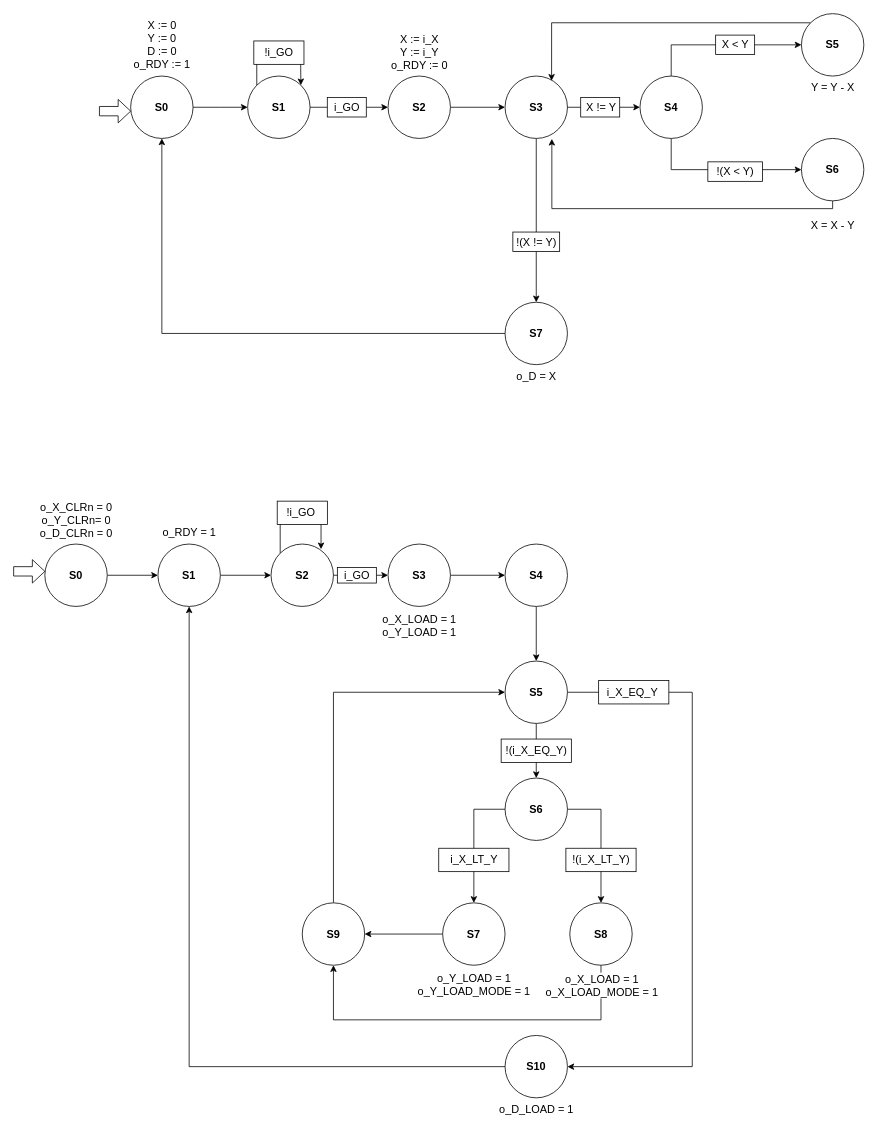
Before: Periodo 8/Projeto de Sistemas Digitais/5 - Trabalho 5 M3 28 11 2022/DiagramaDrawIO.drawio in GustavoHenriqueMuller/exercicios-univali, a draw.io diagram. Source tidied: cells renumbered, new cells numbered last; positions are measured from the earlier drawing's top-left corner, leaving out a move shared by most shapes. Both pictures are drawn from the tidied source at 78%, with x=0, y=0 at pixel (13, 13).
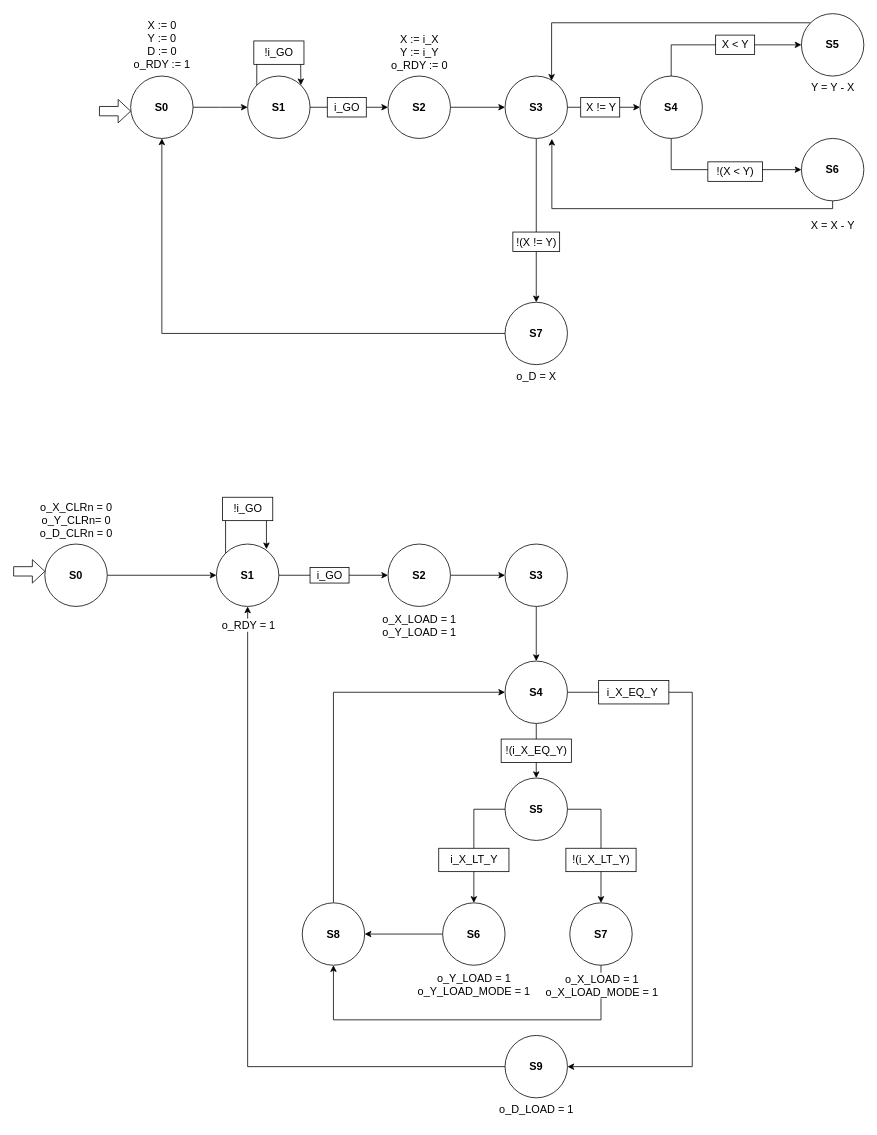
The same diagram, later.

Unchanged cells that the change refers to:
```xml
<mxCell id="61" value="&lt;span&gt;S0&lt;/span&gt;" style="ellipse;whiteSpace=wrap;html=1;fontSize=14;fontStyle=1;" parent="1" vertex="1">
  <mxGeometry x="40" y="680" width="80" height="80" as="geometry" />
</mxCell>
```

The edit, as a diff of the source:
```diff
@@
     <mxCell id="7" style="edgeStyle=orthogonalEdgeStyle;rounded=0;orthogonalLoop=1;jettySize=auto;html=1;exitX=0;exitY=0;exitDx=0;exitDy=0;entryX=0.801;entryY=0.083;entryDx=0;entryDy=0;entryPerimeter=0;fontSize=14;" parent="1" edge="1" source="37" target="37">
       <mxGeometry relative="1" as="geometry">
         <Array as="points">
-          <mxPoint x="342" y="640" />
-          <mxPoint x="394" y="640" />
+          <mxPoint x="272" y="640" />
+          <mxPoint x="324" y="640" />
         </Array>
       </mxGeometry>
     </mxCell>
     <mxCell id="8" style="rounded=0;whiteSpace=wrap;html=1;fontSize=14;" parent="1" vertex="1">
-      <mxGeometry x="337.9" y="625" width="64.3" height="30" as="geometry" />
+      <mxGeometry x="267.9" y="620" width="64.3" height="30" as="geometry" />
     </mxCell>
@@
-    <mxCell id="37" value="&lt;b&gt;S2&lt;/b&gt;" style="ellipse;whiteSpace=wrap;html=1;fontSize=14;" parent="1" vertex="1">
-      <mxGeometry x="330" y="680" width="80" height="80" as="geometry" />
+    <mxCell id="37" value="&lt;b&gt;S1&lt;/b&gt;" style="ellipse;whiteSpace=wrap;html=1;fontSize=14;" parent="1" vertex="1">
+      <mxGeometry x="260" y="680" width="80" height="80" as="geometry" />
     </mxCell>
     <mxCell id="38" value="!i_GO" style="text;html=1;align=center;verticalAlign=middle;strokeColor=none;fillColor=none;fontSize=14;" parent="1" vertex="1">
-      <mxGeometry x="337.9" y="625" width="60" height="30" as="geometry" />
+      <mxGeometry x="270" y="620" width="60" height="30" as="geometry" />
     </mxCell>
@@
-    <mxCell id="40" value="&lt;b&gt;S3&lt;/b&gt;" style="ellipse;whiteSpace=wrap;html=1;fontSize=14;" parent="1" vertex="1">
+    <mxCell id="40" value="&lt;b&gt;S2&lt;/b&gt;" style="ellipse;whiteSpace=wrap;html=1;fontSize=14;" parent="1" vertex="1">
       <mxGeometry x="480" y="680" width="80" height="80" as="geometry" />
     </mxCell>
@@
-    <mxCell id="44" value="&lt;b&gt;S5&lt;/b&gt;" style="ellipse;whiteSpace=wrap;html=1;fontSize=14;" parent="1" vertex="1">
+    <mxCell id="44" value="&lt;b&gt;S4&lt;/b&gt;" style="ellipse;whiteSpace=wrap;html=1;fontSize=14;" parent="1" vertex="1">
       <mxGeometry x="630" y="830" width="80" height="80" as="geometry" />
     </mxCell>
-    <mxCell id="45" value="&lt;b&gt;S6&lt;/b&gt;" style="ellipse;whiteSpace=wrap;html=1;fontSize=14;" parent="1" vertex="1">
+    <mxCell id="45" value="&lt;b&gt;S5&lt;/b&gt;" style="ellipse;whiteSpace=wrap;html=1;fontSize=14;" parent="1" vertex="1">
       <mxGeometry x="630" y="980" width="80" height="80" as="geometry" />
     </mxCell>
@@
-    <mxCell id="47" style="edgeStyle=orthogonalEdgeStyle;rounded=0;jettySize=auto;html=1;exitX=0;exitY=0.5;exitDx=0;exitDy=0;entryX=0.5;entryY=1;entryDx=0;entryDy=0;" parent="1" edge="1" source="48" target="64">
-      <mxGeometry relative="1" as="geometry" />
-    </mxCell>
+    <mxCell id="86" style="edgeStyle=orthogonalEdgeStyle;rounded=0;jettySize=auto;html=1;exitX=0;exitY=0.5;exitDx=0;exitDy=0;entryX=0.5;entryY=1;entryDx=0;entryDy=0;" parent="1" edge="1" source="48" target="37">
+      <mxGeometry relative="1" as="geometry" />
+    </mxCell>
+    <mxCell id="62" value="&lt;font style=&quot;font-size: 14px;&quot;&gt;o_RDY = 1&lt;/font&gt;" style="edgeLabel;html=1;align=center;verticalAlign=middle;" parent="86" vertex="1">
+      <mxGeometry x="0.95" relative="1" as="geometry" />
+    </mxCell>
-    <mxCell id="48" value="&lt;b&gt;S10&lt;/b&gt;" style="ellipse;whiteSpace=wrap;html=1;fontSize=14;" parent="1" vertex="1">
+    <mxCell id="48" value="&lt;b&gt;S9&lt;/b&gt;" style="ellipse;whiteSpace=wrap;html=1;fontSize=14;" parent="1" vertex="1">
       <mxGeometry x="630" y="1310" width="80" height="80" as="geometry" />
     </mxCell>
@@
-    <mxCell id="51" value="&lt;b&gt;S7&lt;/b&gt;" style="ellipse;whiteSpace=wrap;html=1;fontSize=14;" parent="1" vertex="1">
+    <mxCell id="51" value="&lt;b&gt;S6&lt;/b&gt;" style="ellipse;whiteSpace=wrap;html=1;fontSize=14;" parent="1" vertex="1">
       <mxGeometry x="550" y="1140" width="80" height="80" as="geometry" />
     </mxCell>
-    <mxCell id="52" value="&lt;b&gt;S8&lt;/b&gt;" style="ellipse;whiteSpace=wrap;html=1;fontSize=14;" parent="1" vertex="1">
+    <mxCell id="52" value="&lt;b&gt;S7&lt;/b&gt;" style="ellipse;whiteSpace=wrap;html=1;fontSize=14;" parent="1" vertex="1">
       <mxGeometry x="713" y="1140" width="80" height="80" as="geometry" />
     </mxCell>
@@
-    <mxCell id="57" value="&lt;b&gt;S4&lt;/b&gt;" style="ellipse;whiteSpace=wrap;html=1;fontSize=14;" parent="1" vertex="1">
+    <mxCell id="57" value="&lt;b&gt;S3&lt;/b&gt;" style="ellipse;whiteSpace=wrap;html=1;fontSize=14;" parent="1" vertex="1">
       <mxGeometry x="630" y="680" width="80" height="80" as="geometry" />
     </mxCell>
@@
-    <mxCell id="59" value="&lt;b&gt;S9&lt;/b&gt;" style="ellipse;whiteSpace=wrap;html=1;fontSize=14;" parent="1" vertex="1">
+    <mxCell id="59" value="&lt;b&gt;S8&lt;/b&gt;" style="ellipse;whiteSpace=wrap;html=1;fontSize=14;" parent="1" vertex="1">
       <mxGeometry x="370" y="1140" width="80" height="80" as="geometry" />
     </mxCell>
-    <mxCell id="60" style="edgeStyle=orthogonalEdgeStyle;rounded=0;jettySize=auto;html=1;exitX=1;exitY=0.5;exitDx=0;exitDy=0;entryX=0;entryY=0.5;entryDx=0;entryDy=0;" parent="1" edge="1" source="61" target="64">
-      <mxGeometry relative="1" as="geometry" />
-    </mxCell>
+    <mxCell id="87" style="edgeStyle=orthogonalEdgeStyle;rounded=0;jettySize=auto;html=1;exitX=1;exitY=0.5;exitDx=0;exitDy=0;entryX=0;entryY=0.5;entryDx=0;entryDy=0;" parent="1" edge="1" source="61" target="37">
+      <mxGeometry relative="1" as="geometry" />
+    </mxCell>
@@
-    <mxCell id="62" value="&lt;font style=&quot;font-size: 14px;&quot;&gt;o_RDY = 1&lt;/font&gt;" style="text;html=1;align=center;verticalAlign=middle;strokeColor=none;fillColor=none;" parent="1" vertex="1">
-      <mxGeometry x="180" y="650" width="90" height="30" as="geometry" />
-    </mxCell>
-    <mxCell id="63" style="edgeStyle=orthogonalEdgeStyle;rounded=0;jettySize=auto;html=1;exitX=1;exitY=0.5;exitDx=0;exitDy=0;entryX=0;entryY=0.5;entryDx=0;entryDy=0;" parent="1" edge="1" source="64" target="37">
-      <mxGeometry relative="1" as="geometry" />
-    </mxCell>
-    <mxCell id="64" value="&lt;b&gt;S1&lt;/b&gt;" style="ellipse;whiteSpace=wrap;html=1;fontSize=14;" parent="1" vertex="1">
-      <mxGeometry x="185" y="680" width="80" height="80" as="geometry" />
-    </mxCell>
@@
     <mxCell id="69" style="rounded=0;whiteSpace=wrap;html=1;fontSize=14;" parent="1" vertex="1">
-      <mxGeometry x="415" y="710" width="50" height="20" as="geometry" />
+      <mxGeometry x="380" y="710" width="50" height="20" as="geometry" />
     </mxCell>
@@
     <mxCell id="71" value="i_GO" style="text;html=1;align=center;verticalAlign=middle;strokeColor=none;fillColor=none;fontSize=14;" parent="1" vertex="1">
-      <mxGeometry x="410" y="705" width="60" height="30" as="geometry" />
+      <mxGeometry x="375" y="705" width="60" height="30" as="geometry" />
     </mxCell>
```
